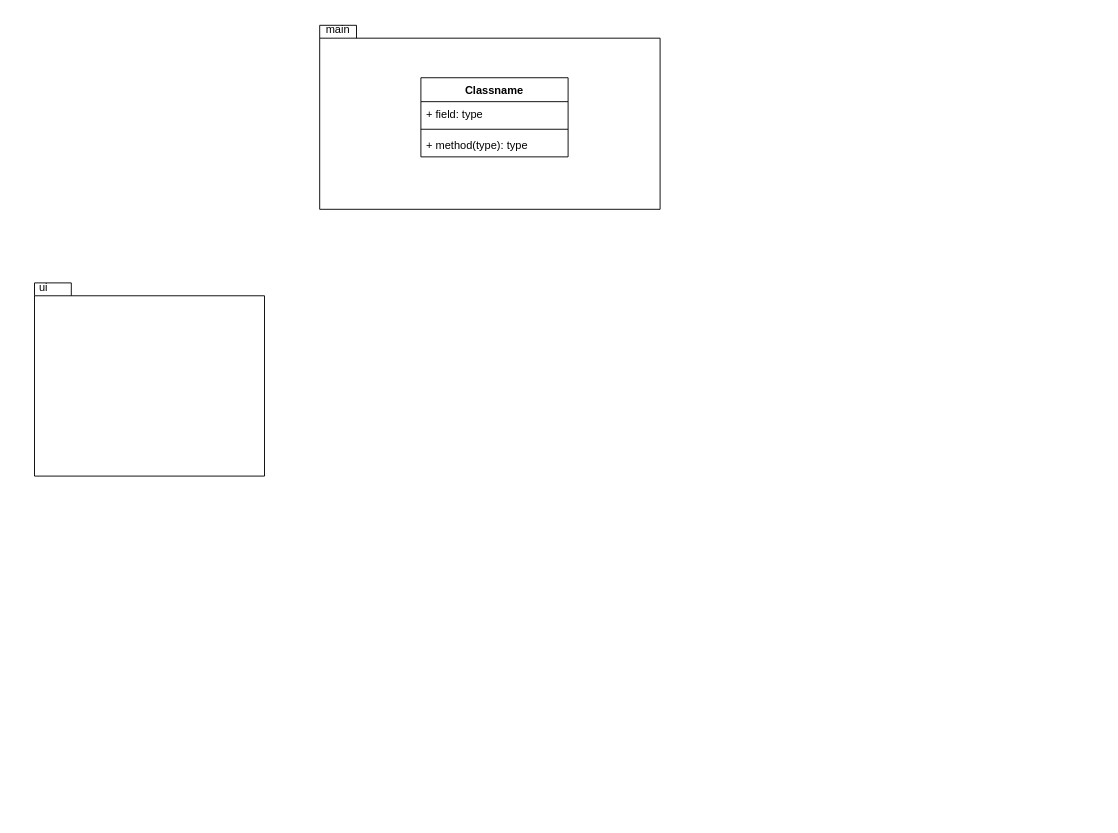
Earlier version of the draw.io diagram docs/diagramClass.drawio (Santiago-Cardenas/Math_Challenge). Source tidied: cells renumbered, new cells numbered last; positions are measured from the earlier drawing's top-left corner, leaving out a move shared by most shapes. Both pictures are drawn from the tidied source at 92%, with x=0, y=0 at pixel (16, 16).
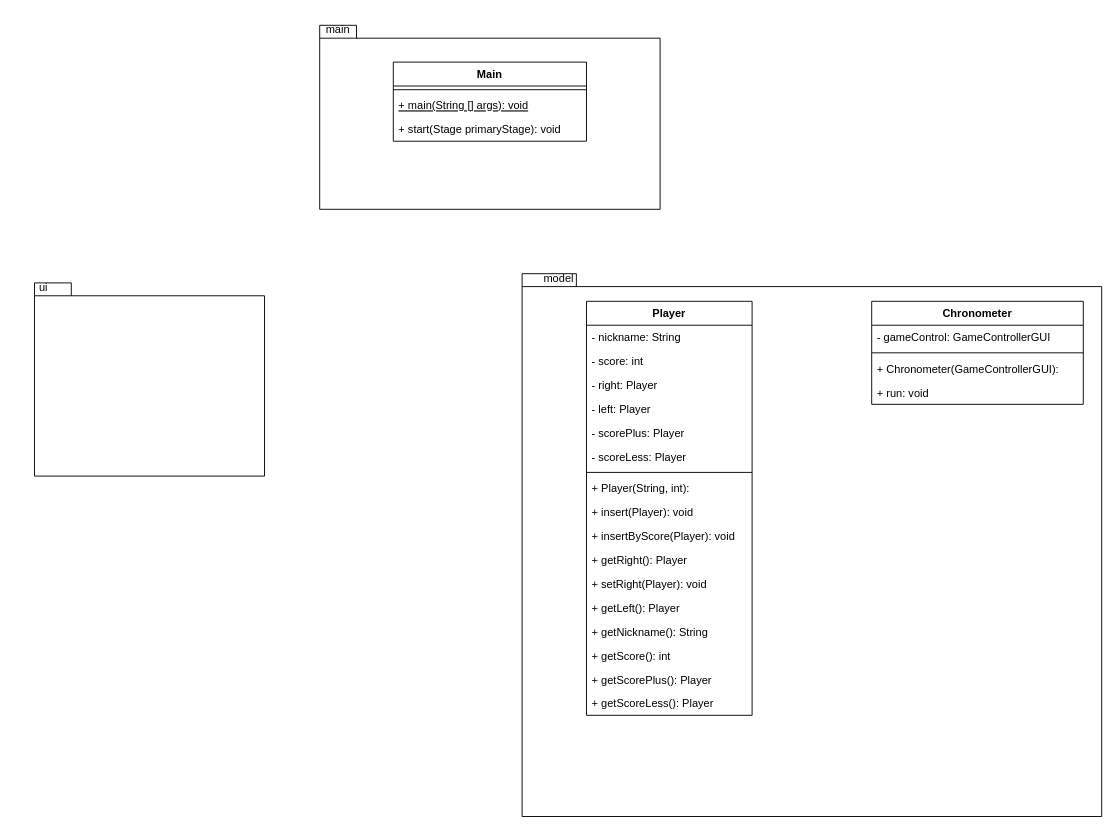
The same diagram, later.

Commit message:
diagram advanced

What changed in the source:
```diff
@@
-    <mxCell id="6" value="Classname" style="swimlane;fontStyle=1;align=center;verticalAlign=top;horizontal=1;startSize=26;" parent="1" vertex="1">
-      <mxGeometry x="440" y="67" width="160" height="86" as="geometry" />
+    <mxCell id="6" value="Main" style="swimlane;fontStyle=1;align=center;verticalAlign=top;horizontal=1;startSize=26;" parent="1" vertex="1">
+      <mxGeometry x="410" y="50" width="210" height="86" as="geometry" />
     </mxCell>
-    <mxCell id="7" value="+ field: type" style="text;strokeColor=none;fillColor=none;align=left;verticalAlign=top;spacingLeft=4;spacingRight=4;overflow=hidden;" parent="6" vertex="1">
-      <mxGeometry y="26" width="160" height="26" as="geometry" />
-    </mxCell>
     <mxCell id="8" style="line;strokeWidth=1;fillColor=none;align=left;verticalAlign=middle;spacingTop=-1;spacingLeft=3;spacingRight=3;labelPosition=right;" parent="6" vertex="1">
-      <mxGeometry y="52" width="160" height="8" as="geometry" />
+      <mxGeometry y="26" width="210" height="8" as="geometry" />
     </mxCell>
-    <mxCell id="9" value="+ method(type): type" style="text;strokeColor=none;fillColor=none;align=left;verticalAlign=top;spacingLeft=4;spacingRight=4;overflow=hidden;" parent="6" vertex="1">
-      <mxGeometry y="60" width="160" height="26" as="geometry" />
+    <mxCell id="9" value="+ main(String [] args): void" style="text;strokeColor=none;fillColor=none;align=left;verticalAlign=top;spacingLeft=4;spacingRight=4;overflow=hidden;fontStyle=4;" parent="6" vertex="1">
+      <mxGeometry y="34" width="210" height="26" as="geometry" />
     </mxCell>
+    <mxCell id="10" value="+ start(Stage primaryStage): void" style="text;strokeColor=none;fillColor=none;align=left;verticalAlign=top;spacingLeft=4;spacingRight=4;overflow=hidden;fontStyle=0;" parent="6" vertex="1">
+      <mxGeometry y="60" width="210" height="26" as="geometry" />
+    </mxCell>
+    <mxCell id="11" style="shape=folder;fontStyle=1;spacingTop=10;tabWidth=40;tabHeight=14;tabPosition=left;html=1;" parent="1" vertex="1">
+      <mxGeometry x="550" y="280" width="630" height="590" as="geometry" />
+    </mxCell>
+    <mxCell id="12" value="model" style="text;html=1;strokeColor=none;fillColor=none;align=center;verticalAlign=middle;whiteSpace=wrap;rounded=0;" parent="1" vertex="1">
+      <mxGeometry x="560" y="270" width="60" height="30" as="geometry" />
+    </mxCell>
+    <mxCell id="13" value="Chronometer" style="swimlane;fontStyle=1;align=center;verticalAlign=top;horizontal=1;startSize=26;" parent="1" vertex="1">
+      <mxGeometry x="930" y="310" width="230" height="112" as="geometry" />
+    </mxCell>
+    <mxCell id="14" value="- gameControl: GameControllerGUI" style="text;strokeColor=none;fillColor=none;align=left;verticalAlign=top;spacingLeft=4;spacingRight=4;overflow=hidden;" parent="13" vertex="1">
+      <mxGeometry y="26" width="230" height="26" as="geometry" />
+    </mxCell>
+    <mxCell id="15" style="line;strokeWidth=1;fillColor=none;align=left;verticalAlign=middle;spacingTop=-1;spacingLeft=3;spacingRight=3;labelPosition=right;" parent="13" vertex="1">
+      <mxGeometry y="52" width="230" height="8" as="geometry" />
+    </mxCell>
+    <mxCell id="16" value="+ Chronometer(GameControllerGUI):" style="text;strokeColor=none;fillColor=none;align=left;verticalAlign=top;spacingLeft=4;spacingRight=4;overflow=hidden;" parent="13" vertex="1">
+      <mxGeometry y="60" width="230" height="26" as="geometry" />
+    </mxCell>
+    <mxCell id="17" value="+ run: void" style="text;strokeColor=none;fillColor=none;align=left;verticalAlign=top;spacingLeft=4;spacingRight=4;overflow=hidden;" parent="13" vertex="1">
+      <mxGeometry y="86" width="230" height="26" as="geometry" />
+    </mxCell>
+    <mxCell id="18" value="Player" style="swimlane;fontStyle=1;align=center;verticalAlign=top;horizontal=1;startSize=26;" parent="1" vertex="1">
+      <mxGeometry x="620" y="310" width="180" height="450" as="geometry" />
+    </mxCell>
+    <mxCell id="19" value="- nickname: String" style="text;strokeColor=none;fillColor=none;align=left;verticalAlign=top;spacingLeft=4;spacingRight=4;overflow=hidden;" parent="18" vertex="1">
+      <mxGeometry y="26" width="180" height="26" as="geometry" />
+    </mxCell>
+    <mxCell id="20" value="- score: int " style="text;strokeColor=none;fillColor=none;align=left;verticalAlign=top;spacingLeft=4;spacingRight=4;overflow=hidden;" parent="18" vertex="1">
+      <mxGeometry y="52" width="180" height="26" as="geometry" />
+    </mxCell>
+    <mxCell id="21" value="- right: Player" style="text;strokeColor=none;fillColor=none;align=left;verticalAlign=top;spacingLeft=4;spacingRight=4;overflow=hidden;" parent="18" vertex="1">
+      <mxGeometry y="78" width="180" height="26" as="geometry" />
+    </mxCell>
+    <mxCell id="22" value="- left: Player" style="text;strokeColor=none;fillColor=none;align=left;verticalAlign=top;spacingLeft=4;spacingRight=4;overflow=hidden;" parent="18" vertex="1">
+      <mxGeometry y="104" width="180" height="26" as="geometry" />
+    </mxCell>
+    <mxCell id="23" value="- scorePlus: Player" style="text;strokeColor=none;fillColor=none;align=left;verticalAlign=top;spacingLeft=4;spacingRight=4;overflow=hidden;" parent="18" vertex="1">
+      <mxGeometry y="130" width="180" height="26" as="geometry" />
+    </mxCell>
+    <mxCell id="24" value="- scoreLess: Player" style="text;strokeColor=none;fillColor=none;align=left;verticalAlign=top;spacingLeft=4;spacingRight=4;overflow=hidden;" parent="18" vertex="1">
+      <mxGeometry y="156" width="180" height="26" as="geometry" />
+    </mxCell>
+    <mxCell id="25" style="line;strokeWidth=1;fillColor=none;align=left;verticalAlign=middle;spacingTop=-1;spacingLeft=3;spacingRight=3;labelPosition=right;" parent="18" vertex="1">
+      <mxGeometry y="182" width="180" height="8" as="geometry" />
+    </mxCell>
+    <mxCell id="26" value="+ Player(String, int):" style="text;strokeColor=none;fillColor=none;align=left;verticalAlign=top;spacingLeft=4;spacingRight=4;overflow=hidden;" parent="18" vertex="1">
+      <mxGeometry y="190" width="180" height="26" as="geometry" />
+    </mxCell>
+    <mxCell id="27" value="+ insert(Player): void" style="text;strokeColor=none;fillColor=none;align=left;verticalAlign=top;spacingLeft=4;spacingRight=4;overflow=hidden;" parent="18" vertex="1">
+      <mxGeometry y="216" width="180" height="26" as="geometry" />
+    </mxCell>
+    <mxCell id="28" value="+ insertByScore(Player): void" style="text;strokeColor=none;fillColor=none;align=left;verticalAlign=top;spacingLeft=4;spacingRight=4;overflow=hidden;" parent="18" vertex="1">
+      <mxGeometry y="242" width="180" height="26" as="geometry" />
+    </mxCell>
+    <mxCell id="29" value="+ getRight(): Player" style="text;strokeColor=none;fillColor=none;align=left;verticalAlign=top;spacingLeft=4;spacingRight=4;overflow=hidden;" parent="18" vertex="1">
+      <mxGeometry y="268" width="180" height="26" as="geometry" />
+    </mxCell>
+    <mxCell id="30" value="+ setRight(Player): void" style="text;strokeColor=none;fillColor=none;align=left;verticalAlign=top;spacingLeft=4;spacingRight=4;overflow=hidden;" parent="18" vertex="1">
+      <mxGeometry y="294" width="180" height="26" as="geometry" />
+    </mxCell>
+    <mxCell id="31" value="+ getLeft(): Player" style="text;strokeColor=none;fillColor=none;align=left;verticalAlign=top;spacingLeft=4;spacingRight=4;overflow=hidden;" parent="18" vertex="1">
+      <mxGeometry y="320" width="180" height="26" as="geometry" />
+    </mxCell>
+    <mxCell id="32" value="+ getNickname(): String" style="text;strokeColor=none;fillColor=none;align=left;verticalAlign=top;spacingLeft=4;spacingRight=4;overflow=hidden;" parent="18" vertex="1">
+      <mxGeometry y="346" width="180" height="26" as="geometry" />
+    </mxCell>
+    <mxCell id="33" value="+ getScore(): int" style="text;strokeColor=none;fillColor=none;align=left;verticalAlign=top;spacingLeft=4;spacingRight=4;overflow=hidden;" parent="18" vertex="1">
+      <mxGeometry y="372" width="180" height="26" as="geometry" />
+    </mxCell>
+    <mxCell id="34" value="+ getScorePlus(): Player" style="text;strokeColor=none;fillColor=none;align=left;verticalAlign=top;spacingLeft=4;spacingRight=4;overflow=hidden;" parent="18" vertex="1">
+      <mxGeometry y="398" width="180" height="26" as="geometry" />
+    </mxCell>
+    <mxCell id="35" value="+ getScoreLess(): Player" style="text;strokeColor=none;fillColor=none;align=left;verticalAlign=top;spacingLeft=4;spacingRight=4;overflow=hidden;" parent="18" vertex="1">
+      <mxGeometry y="424" width="180" height="26" as="geometry" />
+    </mxCell>
```
